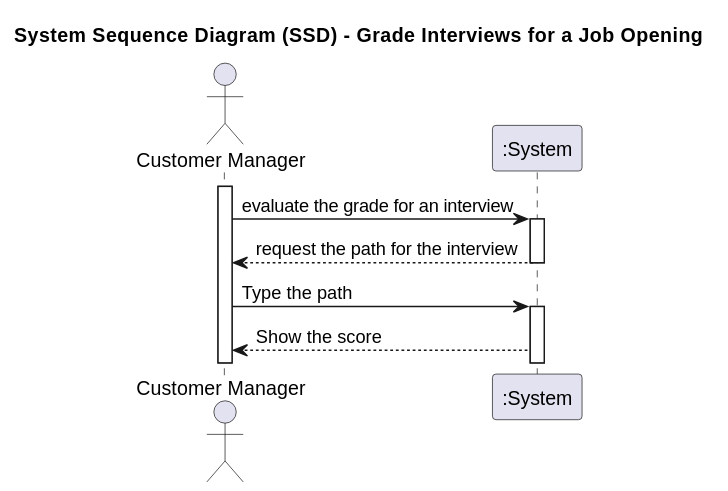
Before: docs/sprintC/1018/svg/1018-system-sequence-diagram-System_Sequence_Diagram__SSD____Grade_Interviews_for_a_Job_Opening.svg, a diagram exported from PlantUML (marcoferreira37/Lapr4). Its diagram source:
```plantuml
@startuml

title System Sequence Diagram (SSD) - Grade Interviews for a Job Opening

actor "Customer Manager" as Agent
participant ":System" as System

activate Agent

Agent -> System : evaluate the grade for an interview
activate System

System --> Agent: request the path for the interview
deactivate

Agent -> System : Type the path
activate System

System --> Agent : Show the score
@enduml
```
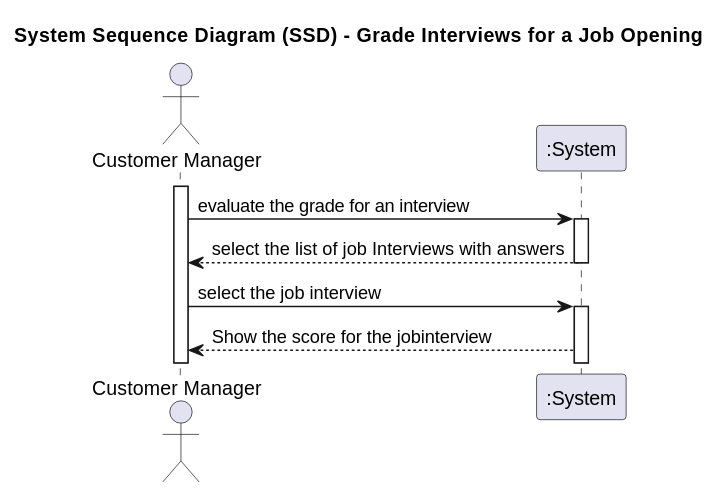
Later version of the same file.

Commit message:
#43 update system sequence diagram

The edit, as a diff of the source:
```diff
@@ -10,11 +10,11 @@
 Agent -> System : evaluate the grade for an interview
 activate System
 
-System --> Agent: request the path for the interview
+System --> Agent: select the list of job Interviews with answers
 deactivate
 
-Agent -> System : Type the path
+Agent -> System : select the job interview
 activate System
 
-System --> Agent : Show the score
+System --> Agent : Show the score for the jobinterview
 @enduml
```
